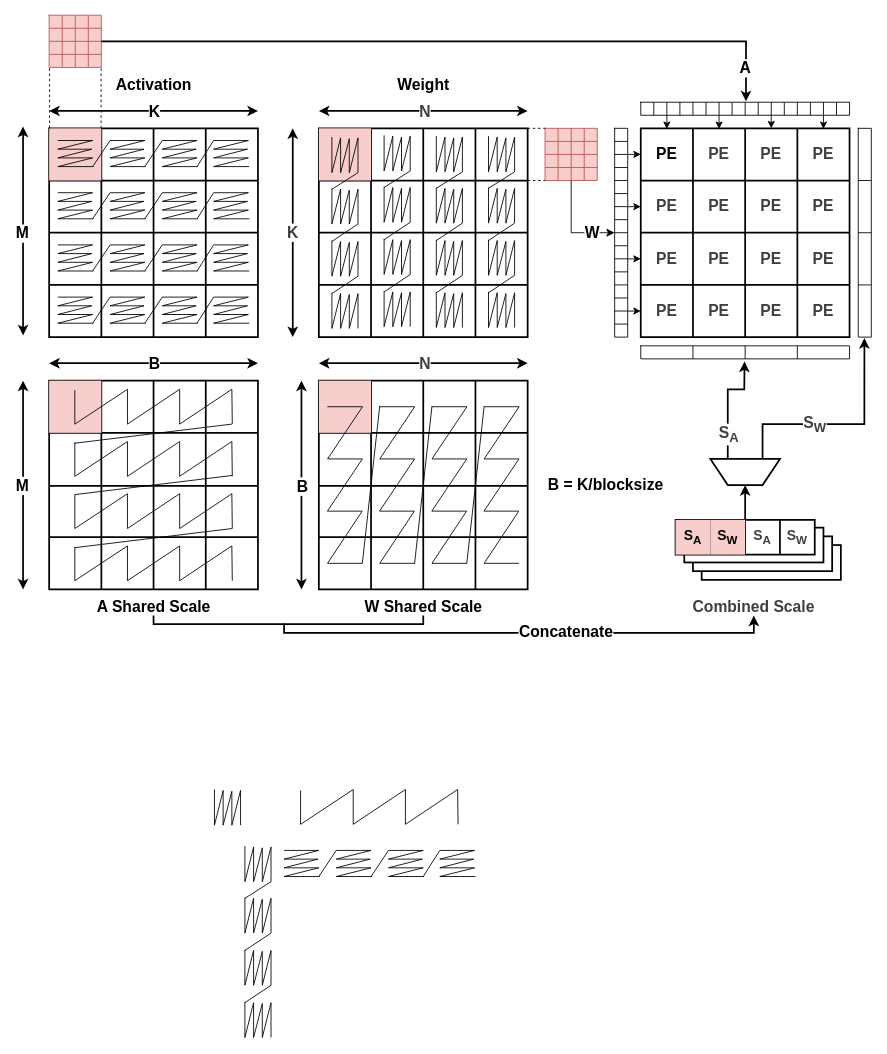
Earlier version of the draw.io diagram target/snitch_cluster/sw/apps/snax-mx/thesis_graphs/data_steamer.drawio (MargZhao/MX_SNAX_integration). Source tidied: cells renumbered, new cells numbered last; positions are measured from the earlier drawing's top-left corner, leaving out a move shared by most shapes. Both pictures are drawn from the tidied source at 87%, with x=0, y=0 at pixel (23, 15).
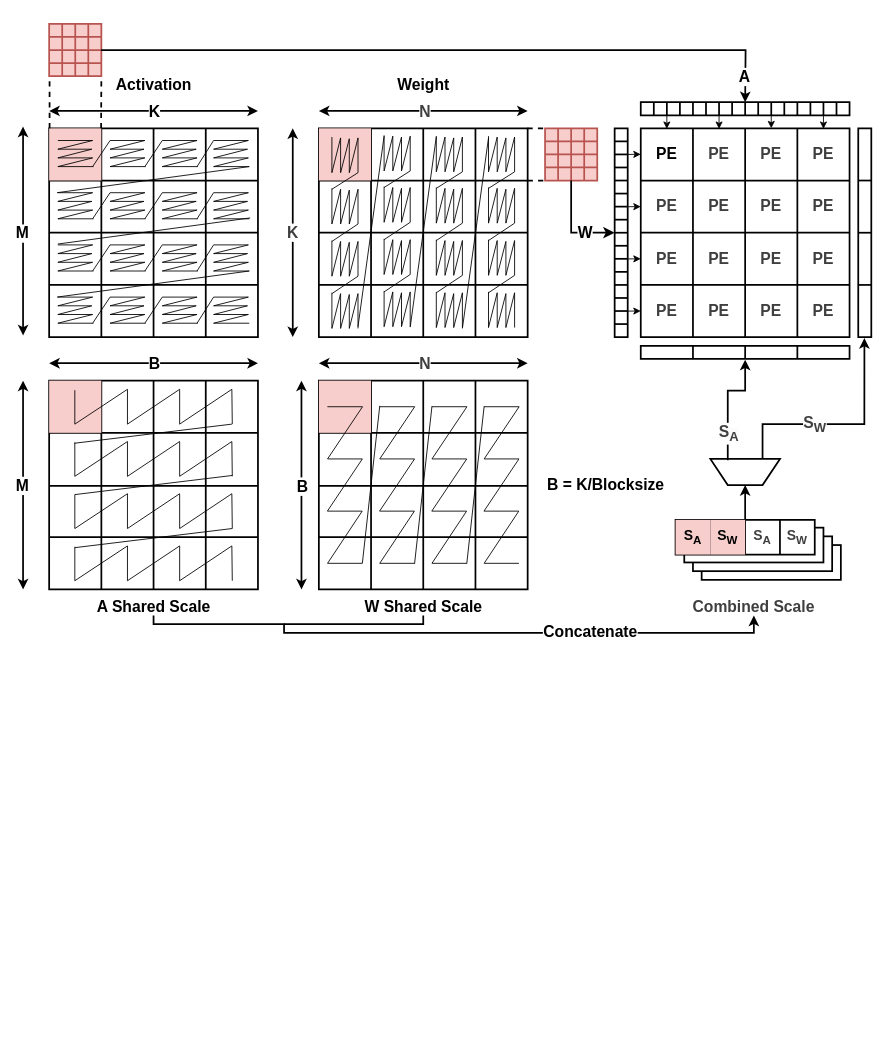
The same page after the edit.

Unchanged cells that the change refers to:
```xml
<mxCell id="6" style="shape=tableRow;horizontal=0;startSize=0;swimlaneHead=0;swimlaneBody=0;strokeColor=inherit;top=0;left=0;bottom=0;right=0;fillColor=none;points=[[0,0.5],[1,0.5]];portConstraint=eastwest;fontSize=16;" parent="5" vertex="1">
  <mxGeometry width="240" height="60" as="geometry" />
</mxCell>
<mxCell id="42" style="shape=tableRow;horizontal=0;startSize=0;swimlaneHead=0;swimlaneBody=0;strokeColor=inherit;top=0;left=0;bottom=0;right=0;fillColor=none;points=[[0,0.5],[1,0.5]];portConstraint=eastwest;fontSize=16;" parent="26" vertex="1">
  <mxGeometry y="45" width="60" height="15" as="geometry" />
</mxCell>
<mxCell id="229" style="shape=tableRow;horizontal=0;startSize=0;swimlaneHead=0;swimlaneBody=0;strokeColor=inherit;top=0;left=0;bottom=0;right=0;fillColor=none;points=[[0,0.5],[1,0.5]];portConstraint=eastwest;fontSize=16;" parent="212" vertex="1">
  <mxGeometry y="120" width="15" height="15" as="geometry" />
</mxCell>
<mxCell id="333" style="shape=trapezoid;perimeter=trapezoidPerimeter;whiteSpace=wrap;html=1;fixedSize=1;rotation=-180;strokeWidth=2;" parent="1" vertex="1">
  <mxGeometry x="790" y="510" width="80" height="30" as="geometry" />
</mxCell>
<mxCell id="348" style="shape=tableRow;horizontal=0;startSize=0;swimlaneHead=0;swimlaneBody=0;strokeColor=inherit;top=0;left=0;bottom=0;right=0;fillColor=none;points=[[0,0.5],[1,0.5]];portConstraint=eastwest;fontSize=16;" parent="347" vertex="1">
  <mxGeometry width="240" height="15" as="geometry" />
</mxCell>
<mxCell id="361" style="endArrow=classic;html=1;entryX=0.5;entryY=1;entryDx=0;entryDy=0;rounded=0;curved=0;strokeWidth=2;" parent="1" edge="1" target="332">
  <mxGeometry relative="1" as="geometry">
    <mxPoint x="150" y="690" as="sourcePoint" />
    <Array as="points">
      <mxPoint x="150" y="700" />
      <mxPoint x="300" y="700" />
      <mxPoint x="300" y="710" />
      <mxPoint x="840" y="710" />
    </Array>
  </mxGeometry>
</mxCell>
```

What changed in the source:
```diff
@@
-    <mxCell id="26" style="shape=table;startSize=0;childLayout=tableLayout;fontSize=16;fillColor=#f8cecc;strokeColor=#b85450;" parent="1" vertex="1">
-      <mxGeometry x="30" width="60" height="60" as="geometry" />
+    <mxCell id="26" style="shape=table;startSize=0;childLayout=tableLayout;fontSize=16;fillColor=#f8cecc;strokeColor=#b85450;strokeWidth=2;" parent="1" vertex="1">
+      <mxGeometry x="30" y="10" width="60" height="60" as="geometry" />
     </mxCell>
@@
-    <mxCell id="140" style="endArrow=none;html=1;rounded=0;curved=0;" parent="1" edge="1">
-      <mxGeometry relative="1" as="geometry">
-        <mxPoint x="300" y="960" as="sourcePoint" />
-        <mxPoint x="341" y="990" as="targetPoint" />
-        <Array as="points">
-          <mxPoint x="340" y="960" />
-          <mxPoint x="300" y="970" />
-          <mxPoint x="339" y="970" />
-          <mxPoint x="300" y="980" />
-          <mxPoint x="340" y="980" />
-          <mxPoint x="300" y="990" />
-        </Array>
-      </mxGeometry>
-    </mxCell>
-    <mxCell id="141" style="endArrow=none;html=1;rounded=0;curved=0;" parent="1" edge="1">
-      <mxGeometry relative="1" as="geometry">
-        <mxPoint x="360" y="960" as="sourcePoint" />
-        <mxPoint x="401" y="990" as="targetPoint" />
-        <Array as="points">
-          <mxPoint x="400" y="960" />
-          <mxPoint x="360" y="970" />
-          <mxPoint x="399" y="970" />
-          <mxPoint x="360" y="980" />
-          <mxPoint x="400" y="980" />
-          <mxPoint x="360" y="990" />
-        </Array>
-      </mxGeometry>
-    </mxCell>
-    <mxCell id="142" style="endArrow=none;html=1;" parent="1" edge="1">
-      <mxGeometry relative="1" as="geometry">
-        <mxPoint x="340" y="990" as="sourcePoint" />
-        <mxPoint x="360" y="960" as="targetPoint" />
-      </mxGeometry>
-    </mxCell>
-    <mxCell id="143" style="endArrow=none;html=1;rounded=0;curved=0;" parent="1" edge="1">
-      <mxGeometry relative="1" as="geometry">
-        <mxPoint x="420" y="960" as="sourcePoint" />
-        <mxPoint x="461" y="990" as="targetPoint" />
-        <Array as="points">
-          <mxPoint x="460" y="960" />
-          <mxPoint x="420" y="970" />
-          <mxPoint x="459" y="970" />
-          <mxPoint x="420" y="980" />
-          <mxPoint x="460" y="980" />
-          <mxPoint x="420" y="990" />
-        </Array>
-      </mxGeometry>
-    </mxCell>
-    <mxCell id="144" style="endArrow=none;html=1;" parent="1" edge="1">
-      <mxGeometry relative="1" as="geometry">
-        <mxPoint x="400" y="990" as="sourcePoint" />
-        <mxPoint x="420" y="960" as="targetPoint" />
-      </mxGeometry>
-    </mxCell>
-    <mxCell id="145" style="endArrow=none;html=1;rounded=0;curved=0;" parent="1" edge="1">
-      <mxGeometry relative="1" as="geometry">
-        <mxPoint x="479" y="960" as="sourcePoint" />
-        <mxPoint x="520" y="990" as="targetPoint" />
-        <Array as="points">
-          <mxPoint x="519" y="960" />
-          <mxPoint x="479" y="970" />
-          <mxPoint x="518" y="970" />
-          <mxPoint x="479" y="980" />
-          <mxPoint x="519" y="980" />
-          <mxPoint x="479" y="990" />
-        </Array>
-      </mxGeometry>
-    </mxCell>
-    <mxCell id="146" style="endArrow=none;html=1;" parent="1" edge="1">
-      <mxGeometry relative="1" as="geometry">
-        <mxPoint x="460" y="990" as="sourcePoint" />
-        <mxPoint x="479" y="960" as="targetPoint" />
-      </mxGeometry>
-    </mxCell>
@@
-    <mxCell id="176" style="endArrow=none;html=1;rounded=0;curved=0;" parent="1" edge="1">
-      <mxGeometry relative="1" as="geometry">
-        <mxPoint x="285" y="1175" as="sourcePoint" />
-        <mxPoint x="255" y="1134" as="targetPoint" />
-        <Array as="points">
-          <mxPoint x="285" y="1135" />
-          <mxPoint x="275" y="1175" />
-          <mxPoint x="275" y="1136" />
-          <mxPoint x="265" y="1175" />
-          <mxPoint x="265" y="1135" />
-          <mxPoint x="255" y="1175" />
-        </Array>
-      </mxGeometry>
-    </mxCell>
-    <mxCell id="177" style="endArrow=none;html=1;rounded=0;curved=0;" parent="1" edge="1">
-      <mxGeometry relative="1" as="geometry">
-        <mxPoint x="285" y="1115" as="sourcePoint" />
-        <mxPoint x="255" y="1074" as="targetPoint" />
-        <Array as="points">
-          <mxPoint x="285" y="1075" />
-          <mxPoint x="275" y="1115" />
-          <mxPoint x="275" y="1076" />
-          <mxPoint x="265" y="1115" />
-          <mxPoint x="265" y="1075" />
-          <mxPoint x="255" y="1115" />
-        </Array>
-      </mxGeometry>
-    </mxCell>
-    <mxCell id="178" style="endArrow=none;html=1;" parent="1" edge="1">
-      <mxGeometry relative="1" as="geometry">
-        <mxPoint x="255" y="1135" as="sourcePoint" />
-        <mxPoint x="285" y="1115" as="targetPoint" />
-      </mxGeometry>
-    </mxCell>
-    <mxCell id="179" style="endArrow=none;html=1;rounded=0;curved=0;" parent="1" edge="1">
-      <mxGeometry relative="1" as="geometry">
-        <mxPoint x="285" y="1055" as="sourcePoint" />
-        <mxPoint x="255" y="1014" as="targetPoint" />
-        <Array as="points">
-          <mxPoint x="285" y="1015" />
-          <mxPoint x="275" y="1055" />
-          <mxPoint x="275" y="1016" />
-          <mxPoint x="265" y="1055" />
-          <mxPoint x="265" y="1015" />
-          <mxPoint x="255" y="1055" />
-        </Array>
-      </mxGeometry>
-    </mxCell>
-    <mxCell id="180" style="endArrow=none;html=1;" parent="1" edge="1">
-      <mxGeometry relative="1" as="geometry">
-        <mxPoint x="255" y="1075" as="sourcePoint" />
-        <mxPoint x="285" y="1055" as="targetPoint" />
-      </mxGeometry>
-    </mxCell>
-    <mxCell id="181" style="endArrow=none;html=1;rounded=0;curved=0;" parent="1" edge="1">
-      <mxGeometry relative="1" as="geometry">
-        <mxPoint x="285" y="996" as="sourcePoint" />
-        <mxPoint x="255" y="955" as="targetPoint" />
-        <Array as="points">
-          <mxPoint x="285" y="956" />
-          <mxPoint x="275" y="996" />
-          <mxPoint x="275" y="957" />
-          <mxPoint x="265" y="996" />
-          <mxPoint x="265" y="956" />
-          <mxPoint x="255" y="996" />
-        </Array>
-      </mxGeometry>
-    </mxCell>
-    <mxCell id="182" style="endArrow=none;html=1;" parent="1" edge="1">
-      <mxGeometry relative="1" as="geometry">
-        <mxPoint x="255" y="1015" as="sourcePoint" />
-        <mxPoint x="285" y="996" as="targetPoint" />
-      </mxGeometry>
-    </mxCell>
@@
-    <mxCell id="187" style="shape=table;startSize=0;childLayout=tableLayout;fontSize=16;fillColor=#f8cecc;strokeColor=#b85450;" parent="1" vertex="1">
+    <mxCell id="187" style="shape=table;startSize=0;childLayout=tableLayout;fontSize=16;fillColor=#f8cecc;strokeColor=#b85450;strokeWidth=2;" parent="1" vertex="1">
       <mxGeometry x="600" y="130" width="60" height="60" as="geometry" />
     </mxCell>
@@
-    <mxCell id="208" style="endArrow=none;dashed=1;html=1;exitX=0.999;exitY=0.017;exitDx=0;exitDy=0;exitPerimeter=0;entryX=0;entryY=0.068;entryDx=0;entryDy=0;entryPerimeter=0;" parent="1" edge="1">
+    <mxCell id="208" style="endArrow=none;dashed=1;html=1;exitX=0.999;exitY=0.017;exitDx=0;exitDy=0;exitPerimeter=0;entryX=0;entryY=0.068;entryDx=0;entryDy=0;entryPerimeter=0;strokeWidth=2;" parent="1" edge="1">
       <mxGeometry relative="1" as="geometry">
         <mxPoint x="579.8" y="130" as="sourcePoint" />
         <mxPoint x="600" y="130" as="targetPoint" />
       </mxGeometry>
     </mxCell>
-    <mxCell id="209" style="endArrow=none;dashed=1;html=1;exitX=0.999;exitY=0.017;exitDx=0;exitDy=0;exitPerimeter=0;entryX=0;entryY=0.068;entryDx=0;entryDy=0;entryPerimeter=0;" parent="1" edge="1">
+    <mxCell id="209" style="endArrow=none;dashed=1;html=1;exitX=0.999;exitY=0.017;exitDx=0;exitDy=0;exitPerimeter=0;entryX=0;entryY=0.068;entryDx=0;entryDy=0;entryPerimeter=0;strokeWidth=2;" parent="1" edge="1">
       <mxGeometry relative="1" as="geometry">
         <mxPoint x="580" y="190" as="sourcePoint" />
         <mxPoint x="600" y="190" as="targetPoint" />
       </mxGeometry>
     </mxCell>
-    <mxCell id="210" style="endArrow=none;dashed=1;html=1;entryX=0.008;entryY=1.018;entryDx=0;entryDy=0;entryPerimeter=0;exitX=0.002;exitY=0;exitDx=0;exitDy=0;exitPerimeter=0;" parent="1" edge="1" source="6" target="42">
+    <mxCell id="210" style="endArrow=none;dashed=1;html=1;entryX=0.008;entryY=1.018;entryDx=0;entryDy=0;entryPerimeter=0;exitX=0.002;exitY=0;exitDx=0;exitDy=0;exitPerimeter=0;strokeWidth=2;" parent="1" edge="1" source="6" target="42">
       <mxGeometry relative="1" as="geometry" />
     </mxCell>
-    <mxCell id="211" style="endArrow=none;dashed=1;html=1;entryX=0.008;entryY=1.018;entryDx=0;entryDy=0;entryPerimeter=0;exitX=0.002;exitY=0;exitDx=0;exitDy=0;exitPerimeter=0;" parent="1" edge="1">
+    <mxCell id="211" style="endArrow=none;dashed=1;html=1;exitX=0.002;exitY=0;exitDx=0;exitDy=0;exitPerimeter=0;strokeWidth=2;" parent="1" edge="1">
       <mxGeometry relative="1" as="geometry">
         <mxPoint x="89.7" y="130" as="sourcePoint" />
-        <mxPoint x="89.7" y="60" as="targetPoint" />
+        <mxPoint x="90" y="70" as="targetPoint" />
       </mxGeometry>
     </mxCell>
-    <mxCell id="212" style="shape=table;startSize=0;childLayout=tableLayout;fontSize=16;" parent="1" vertex="1">
+    <mxCell id="212" style="shape=table;startSize=0;childLayout=tableLayout;fontSize=16;strokeWidth=2;" parent="1" vertex="1">
       <mxGeometry x="680" y="130" width="15" height="240" as="geometry" />
     </mxCell>
@@
-    <mxCell id="245" style="shape=table;startSize=0;childLayout=tableLayout;fontSize=16;" parent="1" vertex="1">
+    <mxCell id="245" style="shape=table;startSize=0;childLayout=tableLayout;fontSize=16;strokeWidth=2;" parent="1" vertex="1">
       <mxGeometry x="710" y="100" width="240" height="15" as="geometry" />
     </mxCell>
-    <mxCell id="246" style="shape=tableRow;horizontal=0;startSize=0;swimlaneHead=0;swimlaneBody=0;strokeColor=inherit;top=0;left=0;bottom=0;right=0;fillColor=none;points=[[0,0.5],[1,0.5]];portConstraint=eastwest;fontSize=16;" parent="245" vertex="1">
+    <mxCell id="246" style="shape=tableRow;horizontal=0;startSize=0;swimlaneHead=0;swimlaneBody=0;strokeColor=inherit;top=0;left=0;bottom=0;right=0;fillColor=none;points=[[0,0.5],[1,0.5]];portConstraint=eastwest;fontSize=16;strokeWidth=2;" parent="245" vertex="1">
       <mxGeometry width="240" height="15" as="geometry" />
     </mxCell>
@@
-    <mxCell id="263" style="endArrow=classic;html=1;entryX=0.504;entryY=-0.067;entryDx=0;entryDy=0;entryPerimeter=0;rounded=0;curved=0;strokeWidth=2;" parent="1" edge="1" target="246">
+    <mxCell id="263" style="endArrow=classic;html=1;rounded=0;curved=0;strokeWidth=2;" parent="1" edge="1">
       <mxGeometry relative="1" as="geometry">
-        <mxPoint x="90" y="30" as="sourcePoint" />
+        <mxPoint x="89.5" y="40" as="sourcePoint" />
+        <mxPoint x="830" y="100" as="targetPoint" />
         <Array as="points">
-          <mxPoint x="831" y="30" />
+          <mxPoint x="830.5" y="40" />
         </Array>
       </mxGeometry>
     </mxCell>
     <mxCell id="264" value="&lt;span style=&quot;text-wrap-mode: wrap; background-color: rgb(251, 251, 251);&quot;&gt;&lt;b style=&quot;&quot;&gt;&lt;font style=&quot;font-size: 18px;&quot;&gt;A&lt;/font&gt;&lt;/b&gt;&lt;/span&gt;" style="edgeLabel;html=1;align=center;verticalAlign=middle;" parent="263" vertex="1">
       <mxGeometry x="0.15" relative="1" as="geometry">
-        <mxPoint x="273" y="30" as="offset" />
+        <mxPoint x="278" y="30" as="offset" />
       </mxGeometry>
     </mxCell>
-    <mxCell id="265" style="endArrow=classic;html=1;entryX=0;entryY=0;entryDx=0;entryDy=0;entryPerimeter=0;rounded=0;curved=0;endSize=7;" parent="1" edge="1" target="229">
+    <mxCell id="265" style="endArrow=classic;html=1;entryX=0;entryY=0;entryDx=0;entryDy=0;entryPerimeter=0;rounded=0;curved=0;endSize=7;strokeWidth=2;" parent="1" edge="1" target="229">
       <mxGeometry relative="1" as="geometry">
         <mxPoint x="630" y="190" as="sourcePoint" />
         <Array as="points">
           <mxPoint x="630" y="250" />
         </Array>
       </mxGeometry>
     </mxCell>
     <mxCell id="266" value="&lt;span style=&quot;text-wrap-mode: wrap; background-color: rgb(251, 251, 251);&quot;&gt;&lt;b style=&quot;&quot;&gt;&lt;font style=&quot;font-size: 18px;&quot;&gt;W&lt;/font&gt;&lt;/b&gt;&lt;/span&gt;" style="edgeLabel;html=1;align=center;verticalAlign=middle;" parent="265" vertex="1">
       <mxGeometry x="-0.31" y="-2" relative="1" as="geometry">
-        <mxPoint x="25" y="22" as="offset" />
+        <mxPoint x="17" y="22" as="offset" />
       </mxGeometry>
     </mxCell>
@@
-    <mxCell id="288" style="endArrow=none;html=1;rounded=0;curved=0;" parent="1" edge="1">
-      <mxGeometry relative="1" as="geometry">
-        <mxPoint x="250" y="931" as="sourcePoint" />
-        <mxPoint x="220" y="890" as="targetPoint" />
-        <Array as="points">
-          <mxPoint x="250" y="891" />
-          <mxPoint x="240" y="931" />
-          <mxPoint x="240" y="892" />
-          <mxPoint x="230" y="931" />
-          <mxPoint x="230" y="891" />
-          <mxPoint x="220" y="931" />
-        </Array>
-      </mxGeometry>
-    </mxCell>
-    <mxCell id="289" style="endArrow=none;html=1;rounded=0;curved=0;" parent="1" edge="1">
-      <mxGeometry relative="1" as="geometry">
-        <mxPoint x="319" y="891" as="sourcePoint" />
-        <mxPoint x="500" y="930" as="targetPoint" />
-        <Array as="points">
-          <mxPoint x="319" y="930" />
-          <mxPoint x="379.5" y="890" />
-          <mxPoint x="379.5" y="930" />
-          <mxPoint x="439.5" y="890" />
-          <mxPoint x="439.5" y="930" />
-          <mxPoint x="499.5" y="890" />
-        </Array>
-      </mxGeometry>
-    </mxCell>
@@
-    <mxCell id="338" style="shape=table;startSize=0;childLayout=tableLayout;fontSize=16;" parent="1" vertex="1">
+    <mxCell id="338" style="shape=table;startSize=0;childLayout=tableLayout;fontSize=16;strokeWidth=2;" parent="1" vertex="1">
       <mxGeometry x="960" y="130" width="15" height="240" as="geometry" />
     </mxCell>
@@
-    <mxCell id="347" style="shape=table;startSize=0;childLayout=tableLayout;fontSize=16;" parent="1" vertex="1">
+    <mxCell id="347" style="shape=table;startSize=0;childLayout=tableLayout;fontSize=16;strokeWidth=2;" parent="1" vertex="1">
       <mxGeometry x="710" y="380" width="240" height="15" as="geometry" />
     </mxCell>
@@
-    <mxCell id="357" style="edgeStyle=none;html=1;exitX=0.75;exitY=1;exitDx=0;exitDy=0;entryX=0.497;entryY=1.205;entryDx=0;entryDy=0;entryPerimeter=0;rounded=0;curved=0;strokeWidth=2;" parent="1" edge="1" source="333" target="348">
+    <mxCell id="357" style="edgeStyle=none;html=1;exitX=0.75;exitY=1;exitDx=0;exitDy=0;rounded=0;curved=0;strokeWidth=2;" parent="1" edge="1">
       <mxGeometry relative="1" as="geometry">
+        <mxPoint x="810" y="511.4" as="sourcePoint" />
+        <mxPoint x="830" y="396" as="targetPoint" />
         <Array as="points">
-          <mxPoint x="810" y="430" />
-          <mxPoint x="829" y="430" />
+          <mxPoint x="810" y="431.4" />
+          <mxPoint x="830" y="431.4" />
         </Array>
       </mxGeometry>
     </mxCell>
@@
     <mxCell id="362" value="&lt;b&gt;&lt;font style=&quot;font-size: 18px;&quot;&gt;Concatenate&lt;/font&gt;&lt;/b&gt;" style="edgeLabel;html=1;align=center;verticalAlign=middle;" parent="361" vertex="1">
-      <mxGeometry x="0.35" y="2" relative="1" as="geometry" />
+      <mxGeometry x="0.35" y="2" relative="1" as="geometry">
+        <mxPoint x="28" as="offset" />
+      </mxGeometry>
     </mxCell>
@@
-    <mxCell id="364" value="&lt;b&gt;&lt;font style=&quot;font-size: 18px;&quot;&gt;B =&amp;nbsp;&lt;/font&gt;&lt;font style=&quot;font-size: 18px;&quot;&gt;K/blocksize&lt;/font&gt;&lt;/b&gt;" style="text;html=1;align=center;verticalAlign=middle;whiteSpace=wrap;rounded=0;" parent="1" vertex="1">
+    <mxCell id="364" value="&lt;b&gt;&lt;font style=&quot;font-size: 18px;&quot;&gt;B =&amp;nbsp;&lt;/font&gt;&lt;font style=&quot;font-size: 18px;&quot;&gt;K/Blocksize&lt;/font&gt;&lt;/b&gt;" style="text;html=1;align=center;verticalAlign=middle;whiteSpace=wrap;rounded=0;" parent="1" vertex="1">
       <mxGeometry x="590" y="527.5" width="160" height="25" as="geometry" />
     </mxCell>
+    <mxCell id="365" style="endArrow=none;html=1;" parent="1" edge="1">
+      <mxGeometry relative="1" as="geometry">
+        <mxPoint x="39" y="204" as="sourcePoint" />
+        <mxPoint x="260" y="174" as="targetPoint" />
+      </mxGeometry>
+    </mxCell>
+    <mxCell id="366" style="endArrow=none;html=1;" parent="1" edge="1">
+      <mxGeometry relative="1" as="geometry">
+        <mxPoint x="40" y="263" as="sourcePoint" />
+        <mxPoint x="261" y="233" as="targetPoint" />
+      </mxGeometry>
+    </mxCell>
+    <mxCell id="367" style="endArrow=none;html=1;" parent="1" edge="1">
+      <mxGeometry relative="1" as="geometry">
+        <mxPoint x="39" y="324" as="sourcePoint" />
+        <mxPoint x="260" y="294" as="targetPoint" />
+      </mxGeometry>
+    </mxCell>
+    <mxCell id="368" style="endArrow=none;html=1;" parent="1" edge="1">
+      <mxGeometry relative="1" as="geometry">
+        <mxPoint x="415" y="139" as="sourcePoint" />
+        <mxPoint x="385" y="358" as="targetPoint" />
+      </mxGeometry>
+    </mxCell>
+    <mxCell id="369" style="endArrow=none;html=1;" parent="1" edge="1">
+      <mxGeometry relative="1" as="geometry">
+        <mxPoint x="475" y="139.5" as="sourcePoint" />
+        <mxPoint x="445" y="358.5" as="targetPoint" />
+      </mxGeometry>
+    </mxCell>
+    <mxCell id="370" style="endArrow=none;html=1;" parent="1" edge="1">
+      <mxGeometry relative="1" as="geometry">
+        <mxPoint x="535" y="141" as="sourcePoint" />
+        <mxPoint x="505" y="360" as="targetPoint" />
+      </mxGeometry>
+    </mxCell>
```
